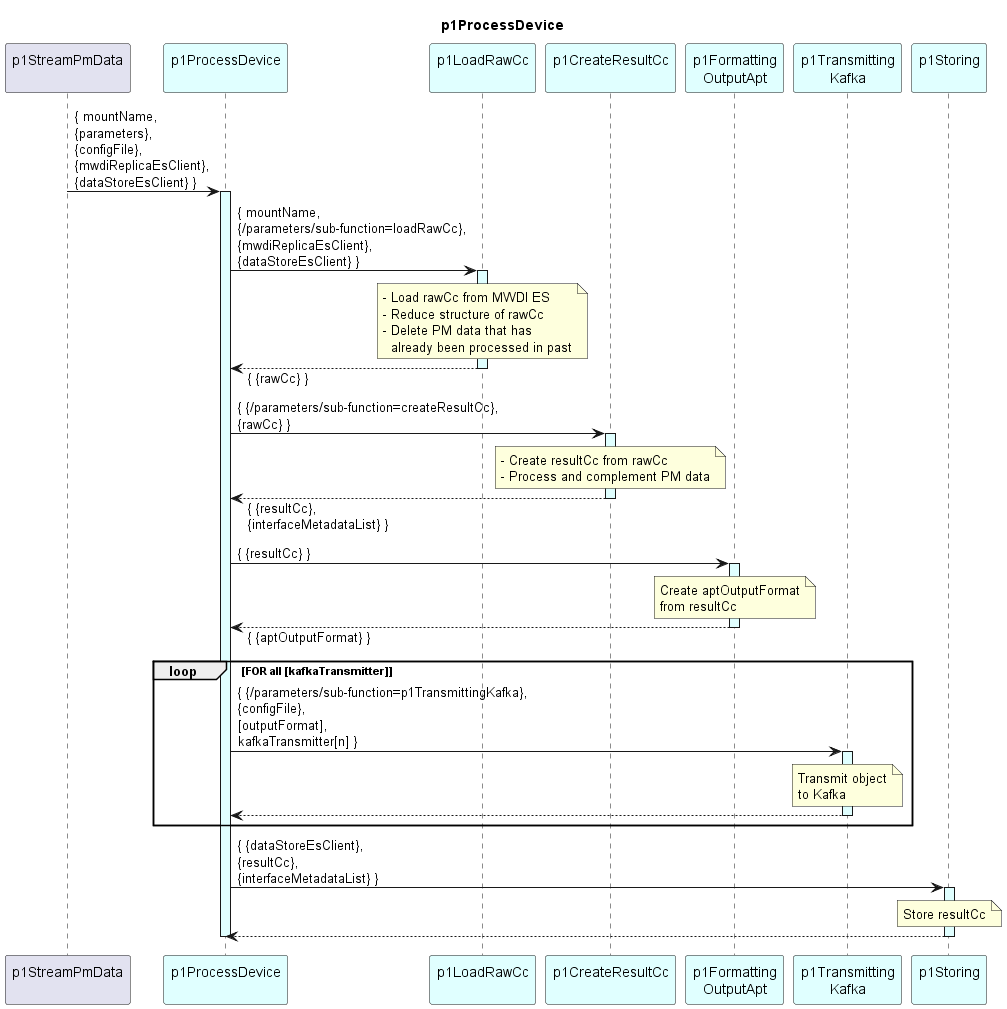
Earlier version of the PlantUML export spec/Functions/p1StreamPmData/p1ProcessDevice/1.0.0/p1ProcessDevice.png (openBackhaul/DevicePerformanceManagementDataProcessor).
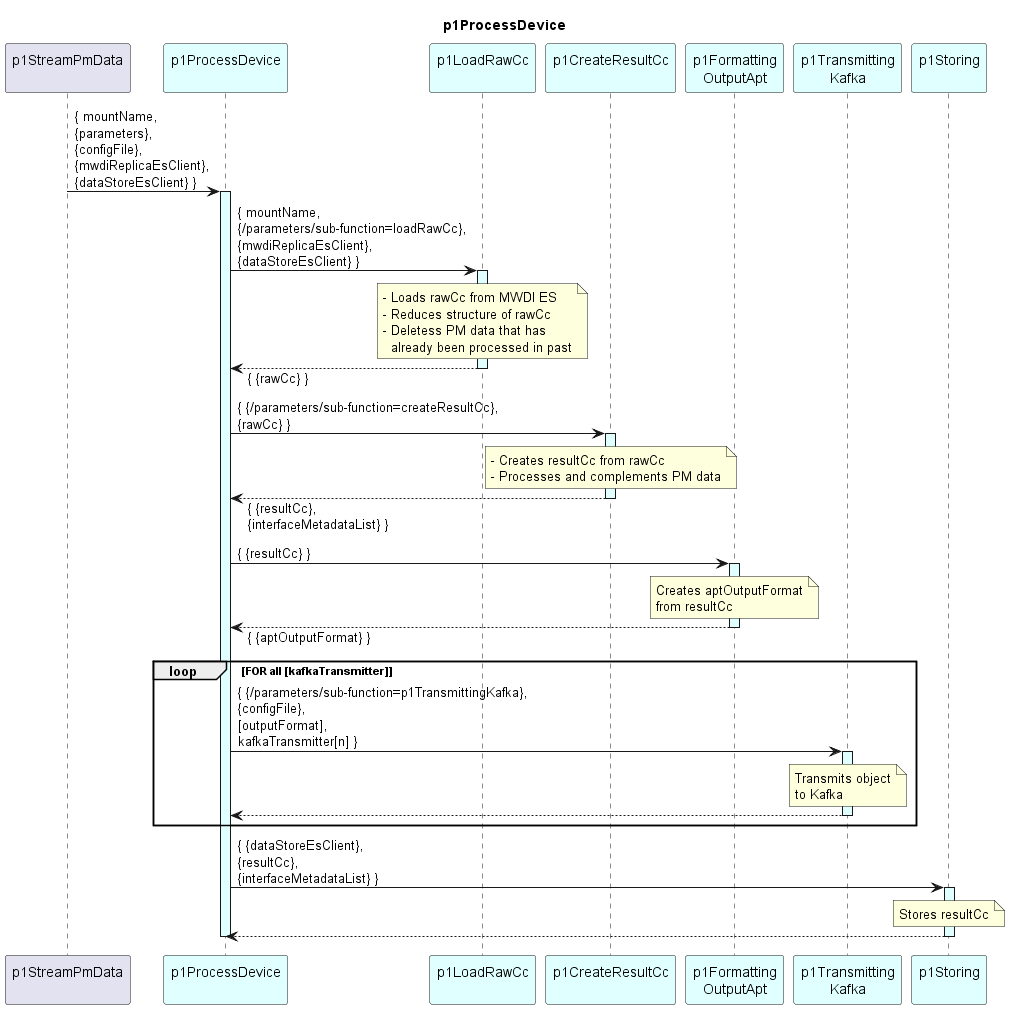
The same file after the commit.

The edit, as a diff of the source:
```diff
@@ -21,9 +21,9 @@
   activate p1AddRaw #LightCyan
 
     note over p1AddRaw
-      - Load rawCc from MWDI ES
-      - Reduce structure of rawCc
-      - Delete PM data that has
+      - Loads rawCc from MWDI ES
+      - Reduces structure of rawCc
+      - Deletess PM data that has
         already been processed in past
     end note
 
@@ -34,8 +34,8 @@
   activate p1CRC #LightCyan
 
     note over p1CRC
-      - Create resultCc from rawCc
-      - Process and complement PM data
+      - Creates resultCc from rawCc
+      - Processes and complements PM data
     end note
 
   p1ProOrch <-- p1CRC :  { {resultCc},\n{interfaceMetadataList} }
@@ -45,7 +45,7 @@
   activate p1Output #LightCyan
 
     note over p1Output
-      Create aptOutputFormat
+      Creates aptOutputFormat
       from resultCc
     end note
 
@@ -58,7 +58,7 @@
     activate p1Trans #LightCyan
 
       note over p1Trans
-        Transmit object
+        Transmits object
         to Kafka
       end note
 
@@ -71,7 +71,7 @@
   activate p1Store #LightCyan
 
     note over p1Store
-      Store resultCc
+      Stores resultCc
     end note
 
   p1ProOrch <-- p1Store
```
